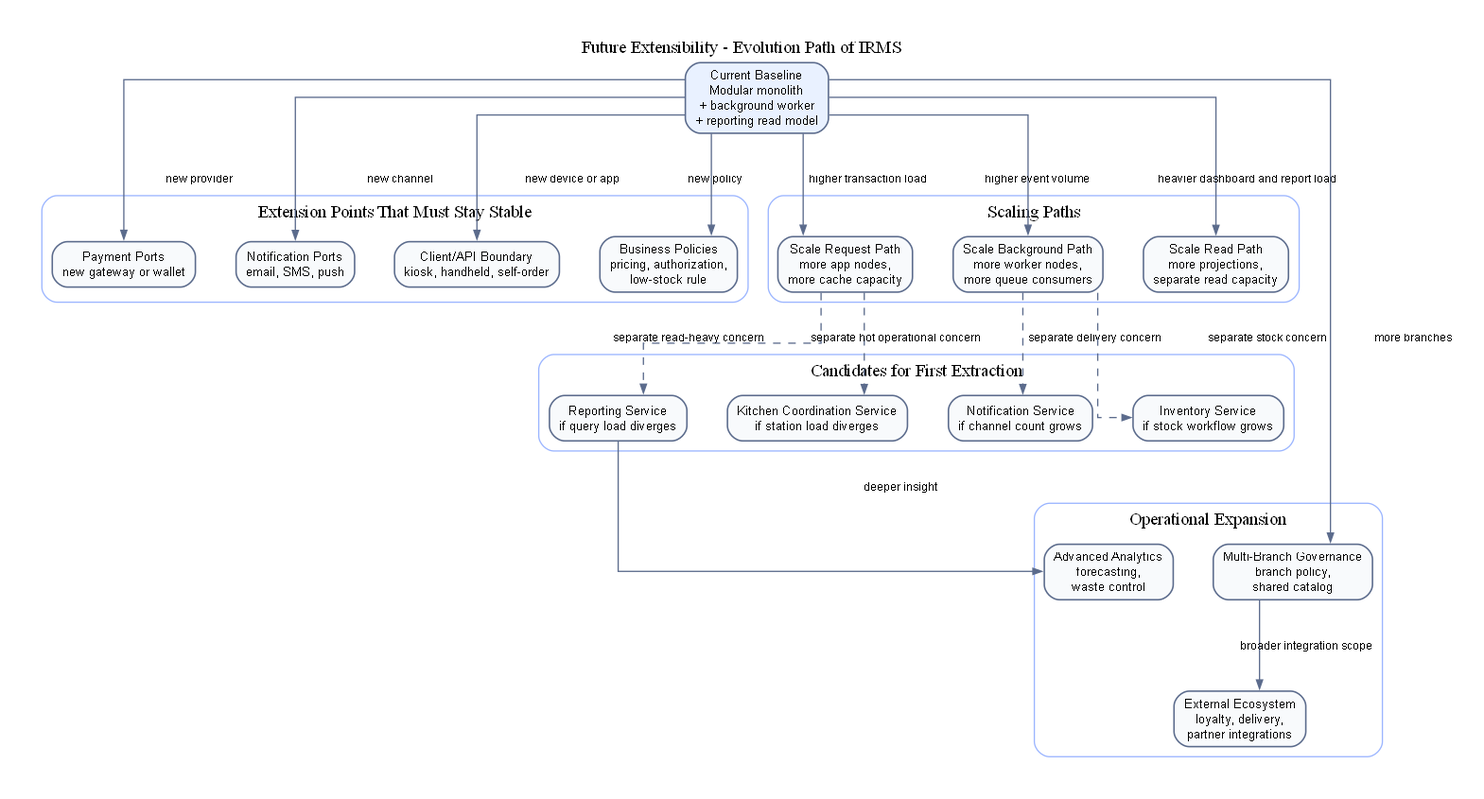
lehoangluan1/SA_IRMS keeps this Graphviz diagram as assets/diagrams/rendered/architecture/36_future_extensibility_evolution_path.png. Above is the earlier version. Its source is kept beside it as assets/diagrams/source/architecture/36_future_extensibility_evolution_path.dot. Its diagram source:
```dot
digraph G {
  graph [rankdir=TB, bgcolor="white", splines=ortho, nodesep=0.45, ranksep=0.85, pad=0.35];
  node [shape=box, style="rounded,filled", fontname="Helvetica", fontsize=10, color="#5B6B8C", penwidth=1.2, fillcolor="#F8FAFC"];
  edge [fontname="Helvetica", fontsize=9, color="#5B6B8C", arrowsize=0.7];

  labelloc="t";
  label="Future Extensibility - Evolution Path of IRMS";

  current [label="Current Baseline\nModular monolith\n+ background worker\n+ reporting read model", fillcolor="#E9F1FF"];

  subgraph cluster_extensions {
    label="Extension Points That Must Stay Stable";
    color="#9BB5FF";
    style="rounded";
    pay [label="Payment Ports\nnew gateway or wallet"];
    notif [label="Notification Ports\nemail, SMS, push"];
    client [label="Client/API Boundary\nkiosk, handheld, self-order"];
    rules [label="Business Policies\npricing, authorization,\nlow-stock rule"];
  }

  subgraph cluster_scale {
    label="Scaling Paths";
    color="#9BB5FF";
    style="rounded";
    appscale [label="Scale Request Path\nmore app nodes,\nmore cache capacity"];
    workerscale [label="Scale Background Path\nmore worker nodes,\nmore queue consumers"];
    readscale [label="Scale Read Path\nmore projections,\nseparate read capacity"];
  }

  subgraph cluster_extract {
    label="Candidates for First Extraction";
    color="#9BB5FF";
    style="rounded";
    reporting [label="Reporting Service\nif query load diverges"];
    notification [label="Notification Service\nif channel count grows"];
    kitchen [label="Kitchen Coordination Service\nif station load diverges"];
    inventory [label="Inventory Service\nif stock workflow grows"];
  }

  subgraph cluster_expand {
    label="Operational Expansion";
    color="#9BB5FF";
    style="rounded";
    branch [label="Multi-Branch Governance\nbranch policy,\nshared catalog"];
    analytics [label="Advanced Analytics\nforecasting,\nwaste control"];
    ecosystem [label="External Ecosystem\nloyalty, delivery,\npartner integrations"];
  }

  current -> pay [label="new provider"];
  current -> notif [label="new channel"];
  current -> client [label="new device or app"];
  current -> rules [label="new policy"];

  current -> appscale [label="higher transaction load"];
  current -> workerscale [label="higher event volume"];
  current -> readscale [label="heavier dashboard and report load"];

  appscale -> reporting [style=dashed, label="separate read-heavy concern"];
  workerscale -> notification [style=dashed, label="separate delivery concern"];
  appscale -> kitchen [style=dashed, label="separate hot operational concern"];
  workerscale -> inventory [style=dashed, label="separate stock concern"];

  reporting -> analytics [label="deeper insight"];
  current -> branch [label="more branches"];
  branch -> ecosystem [label="broader integration scope"];
}
```
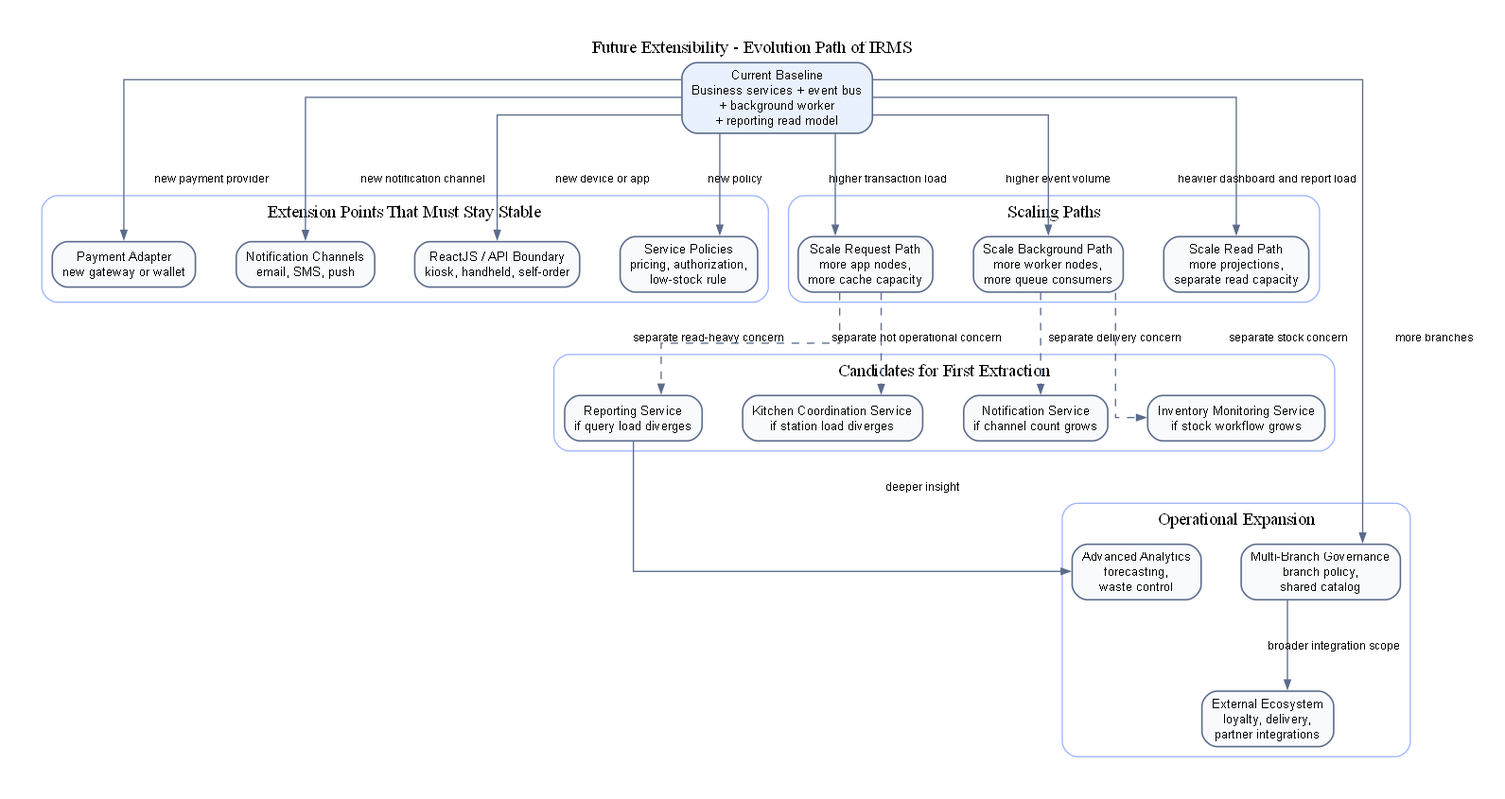
After the change.

What changed in the source:
```diff
@@ -6,16 +6,16 @@
   labelloc="t";
   label="Future Extensibility - Evolution Path of IRMS";
 
-  current [label="Current Baseline\nModular monolith\n+ background worker\n+ reporting read model", fillcolor="#E9F1FF"];
+  current [label="Current Baseline\nBusiness services + event bus\n+ background worker\n+ reporting read model", fillcolor="#E9F1FF"];
 
   subgraph cluster_extensions {
     label="Extension Points That Must Stay Stable";
     color="#9BB5FF";
     style="rounded";
-    pay [label="Payment Ports\nnew gateway or wallet"];
-    notif [label="Notification Ports\nemail, SMS, push"];
-    client [label="Client/API Boundary\nkiosk, handheld, self-order"];
-    rules [label="Business Policies\npricing, authorization,\nlow-stock rule"];
+    pay [label="Payment Adapter\nnew gateway or wallet"];
+    notif [label="Notification Channels\nemail, SMS, push"];
+    client [label="ReactJS / API Boundary\nkiosk, handheld, self-order"];
+    rules [label="Service Policies\npricing, authorization,\nlow-stock rule"];
   }
 
   subgraph cluster_scale {
@@ -34,7 +34,7 @@
     reporting [label="Reporting Service\nif query load diverges"];
     notification [label="Notification Service\nif channel count grows"];
     kitchen [label="Kitchen Coordination Service\nif station load diverges"];
-    inventory [label="Inventory Service\nif stock workflow grows"];
+    inventory [label="Inventory Monitoring Service\nif stock workflow grows"];
   }
 
   subgraph cluster_expand {
@@ -46,8 +46,8 @@
     ecosystem [label="External Ecosystem\nloyalty, delivery,\npartner integrations"];
   }
 
-  current -> pay [label="new provider"];
-  current -> notif [label="new channel"];
+  current -> pay [label="new payment provider"];
+  current -> notif [label="new notification channel"];
   current -> client [label="new device or app"];
   current -> rules [label="new policy"];
 
```
